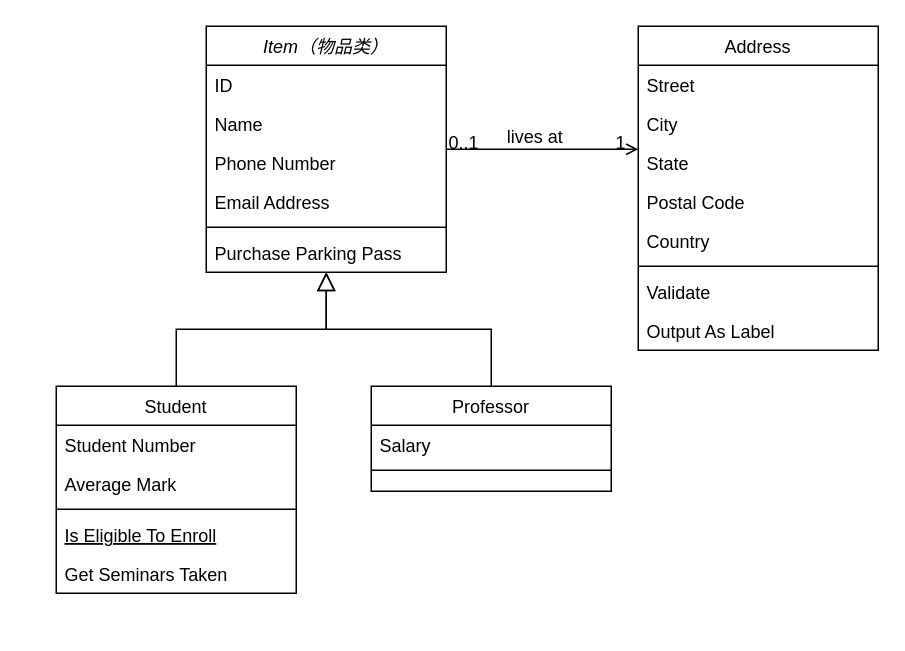
The draw.io diagram Drawio/类图.drawio in lvxingzhe32/IDLE-Game, before the edit. Source tidied: cells renumbered, new cells numbered last; positions are measured from the earlier drawing's top-left corner, leaving out a move shared by most shapes. Both pictures are drawn from the tidied source at 150%, with x=0, y=0 at pixel (56, 26).
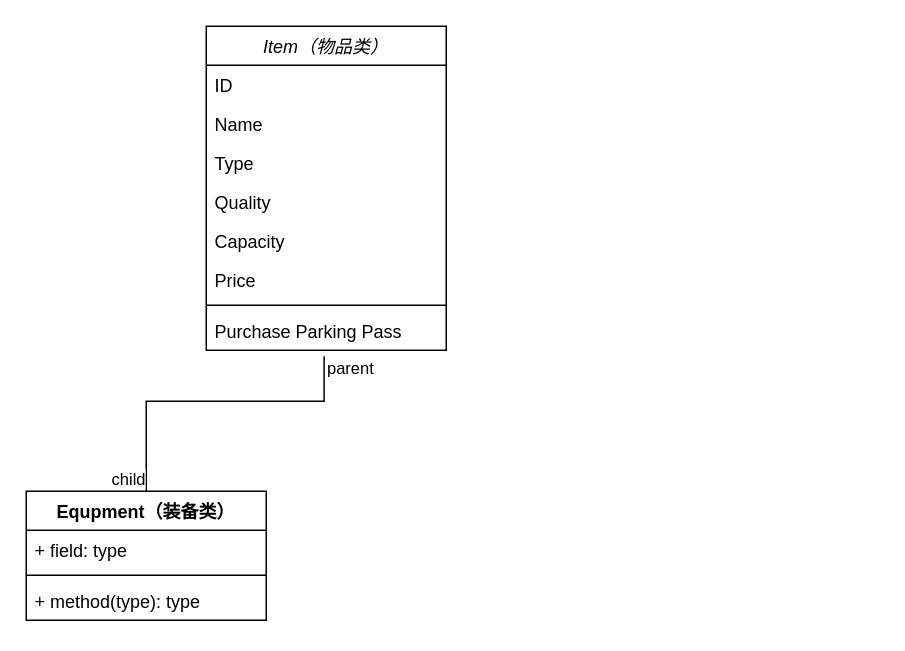
The same page after the edit.

Diff of the diagram source:
```diff
@@
     <mxCell id="2" value="Item（物品类）" style="swimlane;fontStyle=2;align=center;verticalAlign=top;horizontal=1;startSize=26;rounded=0;shadow=0;strokeWidth=1;" parent="1" vertex="1">
-      <mxGeometry x="100" width="160" height="164" as="geometry" />
+      <mxGeometry x="100" width="160" height="216" as="geometry" />
     </mxCell>
@@
-    <mxCell id="5" value="Phone Number" style="text;align=left;verticalAlign=top;spacingLeft=4;spacingRight=4;overflow=hidden;rounded=0;shadow=0;html=0;" parent="2" vertex="1">
+    <mxCell id="5" value="Type" style="text;align=left;verticalAlign=top;spacingLeft=4;spacingRight=4;overflow=hidden;rounded=0;shadow=0;html=0;" parent="2" vertex="1">
       <mxGeometry y="78" width="160" height="26" as="geometry" />
     </mxCell>
-    <mxCell id="6" value="Email Address" style="text;align=left;verticalAlign=top;spacingLeft=4;spacingRight=4;overflow=hidden;rounded=0;shadow=0;html=0;" parent="2" vertex="1">
+    <mxCell id="6" value="Quality" style="text;align=left;verticalAlign=top;spacingLeft=4;spacingRight=4;overflow=hidden;rounded=0;shadow=0;html=0;" parent="2" vertex="1">
       <mxGeometry y="104" width="160" height="26" as="geometry" />
     </mxCell>
+    <mxCell id="33" value="Capacity" style="text;align=left;verticalAlign=top;spacingLeft=4;spacingRight=4;overflow=hidden;rounded=0;shadow=0;html=0;" parent="2" vertex="1">
+      <mxGeometry y="130" width="160" height="26" as="geometry" />
+    </mxCell>
+    <mxCell id="34" value="Price" style="text;align=left;verticalAlign=top;spacingLeft=4;spacingRight=4;overflow=hidden;rounded=0;shadow=0;html=0;" parent="2" vertex="1">
+      <mxGeometry y="156" width="160" height="26" as="geometry" />
+    </mxCell>
     <mxCell id="7" style="line;html=1;strokeWidth=1;align=left;verticalAlign=middle;spacingTop=-1;spacingLeft=3;spacingRight=3;labelPosition=right;" parent="2" vertex="1">
-      <mxGeometry y="130" width="160" height="8" as="geometry" />
+      <mxGeometry y="182" width="160" height="8" as="geometry" />
     </mxCell>
     <mxCell id="8" value="Purchase Parking Pass" style="text;align=left;verticalAlign=top;spacingLeft=4;spacingRight=4;overflow=hidden;points=[[0,0.5],[1,0.5]];portConstraint=eastwest;" parent="2" vertex="1">
-      <mxGeometry y="138" width="160" height="26" as="geometry" />
+      <mxGeometry y="190" width="160" height="26" as="geometry" />
     </mxCell>
-    <mxCell id="9" value="Student" style="swimlane;fontStyle=0;align=center;verticalAlign=top;horizontal=1;startSize=26;rounded=0;shadow=0;strokeWidth=1;" parent="1" vertex="1">
-      <mxGeometry y="240" width="160" height="138" as="geometry" />
-    </mxCell>
-    <mxCell id="10" value="Student Number" style="text;align=left;verticalAlign=top;spacingLeft=4;spacingRight=4;overflow=hidden;" parent="9" vertex="1">
-      <mxGeometry y="26" width="160" height="26" as="geometry" />
-    </mxCell>
-    <mxCell id="11" value="Average Mark" style="text;align=left;verticalAlign=top;spacingLeft=4;spacingRight=4;overflow=hidden;rounded=0;shadow=0;html=0;" parent="9" vertex="1">
-      <mxGeometry y="52" width="160" height="26" as="geometry" />
-    </mxCell>
-    <mxCell id="12" style="line;html=1;strokeWidth=1;align=left;verticalAlign=middle;spacingTop=-1;spacingLeft=3;spacingRight=3;labelPosition=right;" parent="9" vertex="1">
-      <mxGeometry y="78" width="160" height="8" as="geometry" />
-    </mxCell>
-    <mxCell id="13" value="Is Eligible To Enroll" style="text;align=left;verticalAlign=top;spacingLeft=4;spacingRight=4;overflow=hidden;fontStyle=4;" parent="9" vertex="1">
-      <mxGeometry y="86" width="160" height="26" as="geometry" />
-    </mxCell>
-    <mxCell id="14" value="Get Seminars Taken" style="text;align=left;verticalAlign=top;spacingLeft=4;spacingRight=4;overflow=hidden;" parent="9" vertex="1">
-      <mxGeometry y="112" width="160" height="26" as="geometry" />
-    </mxCell>
-    <mxCell id="15" style="endArrow=block;endSize=10;endFill=0;shadow=0;strokeWidth=1;rounded=0;curved=0;edgeStyle=elbowEdgeStyle;elbow=vertical;" parent="1" edge="1" source="9" target="2">
-      <mxGeometry relative="1" as="geometry" />
-    </mxCell>
-    <mxCell id="16" value="Professor" style="swimlane;fontStyle=0;align=center;verticalAlign=top;horizontal=1;startSize=26;rounded=0;shadow=0;strokeWidth=1;" parent="1" vertex="1">
-      <mxGeometry x="210" y="240" width="160" height="70" as="geometry" />
-    </mxCell>
-    <mxCell id="17" value="Salary" style="text;align=left;verticalAlign=top;spacingLeft=4;spacingRight=4;overflow=hidden;" parent="16" vertex="1">
-      <mxGeometry y="26" width="160" height="26" as="geometry" />
-    </mxCell>
-    <mxCell id="18" style="line;html=1;strokeWidth=1;align=left;verticalAlign=middle;spacingTop=-1;spacingLeft=3;spacingRight=3;labelPosition=right;" parent="16" vertex="1">
-      <mxGeometry y="52" width="160" height="8" as="geometry" />
-    </mxCell>
-    <mxCell id="19" style="endArrow=block;endSize=10;endFill=0;shadow=0;strokeWidth=1;rounded=0;curved=0;edgeStyle=elbowEdgeStyle;elbow=vertical;" parent="1" edge="1" source="16" target="2">
-      <mxGeometry relative="1" as="geometry" />
-    </mxCell>
-    <mxCell id="20" value="Address" style="swimlane;fontStyle=0;align=center;verticalAlign=top;horizontal=1;startSize=26;rounded=0;shadow=0;strokeWidth=1;" parent="1" vertex="1">
-      <mxGeometry x="388" width="160" height="216" as="geometry" />
-    </mxCell>
-    <mxCell id="21" value="Street" style="text;align=left;verticalAlign=top;spacingLeft=4;spacingRight=4;overflow=hidden;" parent="20" vertex="1">
-      <mxGeometry y="26" width="160" height="26" as="geometry" />
-    </mxCell>
-    <mxCell id="22" value="City" style="text;align=left;verticalAlign=top;spacingLeft=4;spacingRight=4;overflow=hidden;rounded=0;shadow=0;html=0;" parent="20" vertex="1">
-      <mxGeometry y="52" width="160" height="26" as="geometry" />
-    </mxCell>
-    <mxCell id="23" value="State" style="text;align=left;verticalAlign=top;spacingLeft=4;spacingRight=4;overflow=hidden;rounded=0;shadow=0;html=0;" parent="20" vertex="1">
-      <mxGeometry y="78" width="160" height="26" as="geometry" />
-    </mxCell>
-    <mxCell id="24" value="Postal Code" style="text;align=left;verticalAlign=top;spacingLeft=4;spacingRight=4;overflow=hidden;rounded=0;shadow=0;html=0;" parent="20" vertex="1">
-      <mxGeometry y="104" width="160" height="26" as="geometry" />
-    </mxCell>
-    <mxCell id="25" value="Country" style="text;align=left;verticalAlign=top;spacingLeft=4;spacingRight=4;overflow=hidden;rounded=0;shadow=0;html=0;" parent="20" vertex="1">
-      <mxGeometry y="130" width="160" height="26" as="geometry" />
-    </mxCell>
-    <mxCell id="26" style="line;html=1;strokeWidth=1;align=left;verticalAlign=middle;spacingTop=-1;spacingLeft=3;spacingRight=3;labelPosition=right;" parent="20" vertex="1">
-      <mxGeometry y="156" width="160" height="8" as="geometry" />
-    </mxCell>
-    <mxCell id="27" value="Validate" style="text;align=left;verticalAlign=top;spacingLeft=4;spacingRight=4;overflow=hidden;" parent="20" vertex="1">
-      <mxGeometry y="164" width="160" height="26" as="geometry" />
-    </mxCell>
-    <mxCell id="28" value="Output As Label" style="text;align=left;verticalAlign=top;spacingLeft=4;spacingRight=4;overflow=hidden;" parent="20" vertex="1">
-      <mxGeometry y="190" width="160" height="26" as="geometry" />
-    </mxCell>
-    <mxCell id="29" style="endArrow=open;shadow=0;strokeWidth=1;rounded=0;curved=0;endFill=1;edgeStyle=elbowEdgeStyle;elbow=vertical;" parent="1" edge="1" source="2" target="20">
-      <mxGeometry x="0.5" y="41" relative="1" as="geometry">
-        <mxPoint x="-40" y="32" as="offset" />
-      </mxGeometry>
-    </mxCell>
-    <mxCell id="30" value="0..1" style="align=left;verticalAlign=bottom;labelBackgroundColor=none;fontSize=12;" parent="29" vertex="1">
-      <mxGeometry x="-1" relative="1" as="geometry">
-        <mxPoint y="4" as="offset" />
-      </mxGeometry>
-    </mxCell>
-    <mxCell id="31" value="1" style="align=right;verticalAlign=bottom;labelBackgroundColor=none;fontSize=12;" parent="29" vertex="1">
-      <mxGeometry x="1" relative="1" as="geometry">
-        <mxPoint x="-7" y="4" as="offset" />
-      </mxGeometry>
-    </mxCell>
-    <mxCell id="32" value="lives at" style="text;html=1;align=center;verticalAlign=middle;labelBackgroundColor=none;rounded=0;shadow=0;strokeWidth=1;fontSize=12;" parent="29" vertex="1">
-      <mxGeometry x="0.5" y="49" relative="1" as="geometry">
-        <mxPoint x="-38" y="40" as="offset" />
-      </mxGeometry>
-    </mxCell>
+    <mxCell id="35" value="Equpment（装备类）" style="swimlane;fontStyle=1;align=center;verticalAlign=top;horizontal=1;startSize=26;whiteSpace=wrap;html=1;" parent="1" vertex="1">
+      <mxGeometry x="-20" y="310" width="160" height="86" as="geometry" />
+    </mxCell>
+    <mxCell id="36" value="+ field: type" style="text;strokeColor=none;fillColor=none;align=left;verticalAlign=top;spacingLeft=4;spacingRight=4;overflow=hidden;whiteSpace=wrap;html=1;" parent="35" vertex="1">
+      <mxGeometry y="26" width="160" height="26" as="geometry" />
+    </mxCell>
+    <mxCell id="37" style="line;strokeWidth=1;fillColor=none;align=left;verticalAlign=middle;spacingTop=-1;spacingLeft=3;spacingRight=3;labelPosition=right;strokeColor=inherit;" parent="35" vertex="1">
+      <mxGeometry y="52" width="160" height="8" as="geometry" />
+    </mxCell>
+    <mxCell id="38" value="+ method(type): type" style="text;strokeColor=none;fillColor=none;align=left;verticalAlign=top;spacingLeft=4;spacingRight=4;overflow=hidden;whiteSpace=wrap;html=1;" parent="35" vertex="1">
+      <mxGeometry y="60" width="160" height="26" as="geometry" />
+    </mxCell>
+    <mxCell id="39" style="endArrow=none;html=1;edgeStyle=orthogonalEdgeStyle;rounded=0;exitX=0.491;exitY=1.154;exitDx=0;exitDy=0;exitPerimeter=0;entryX=0.5;entryY=0;entryDx=0;entryDy=0;" parent="1" edge="1" source="8" target="35">
+      <mxGeometry relative="1" as="geometry">
+        <Array as="points">
+          <mxPoint x="179" y="250" />
+          <mxPoint x="60" y="250" />
+        </Array>
+      </mxGeometry>
+    </mxCell>
+    <mxCell id="40" value="parent" style="edgeLabel;html=1;align=left;verticalAlign=bottom;" parent="39" vertex="1">
+      <mxGeometry x="-1" relative="1" as="geometry">
+        <mxPoint y="16" as="offset" />
+      </mxGeometry>
+    </mxCell>
+    <mxCell id="41" value="child" style="edgeLabel;html=1;align=right;verticalAlign=bottom;" parent="39" vertex="1">
+      <mxGeometry x="1" relative="1" as="geometry" />
+    </mxCell>
```
